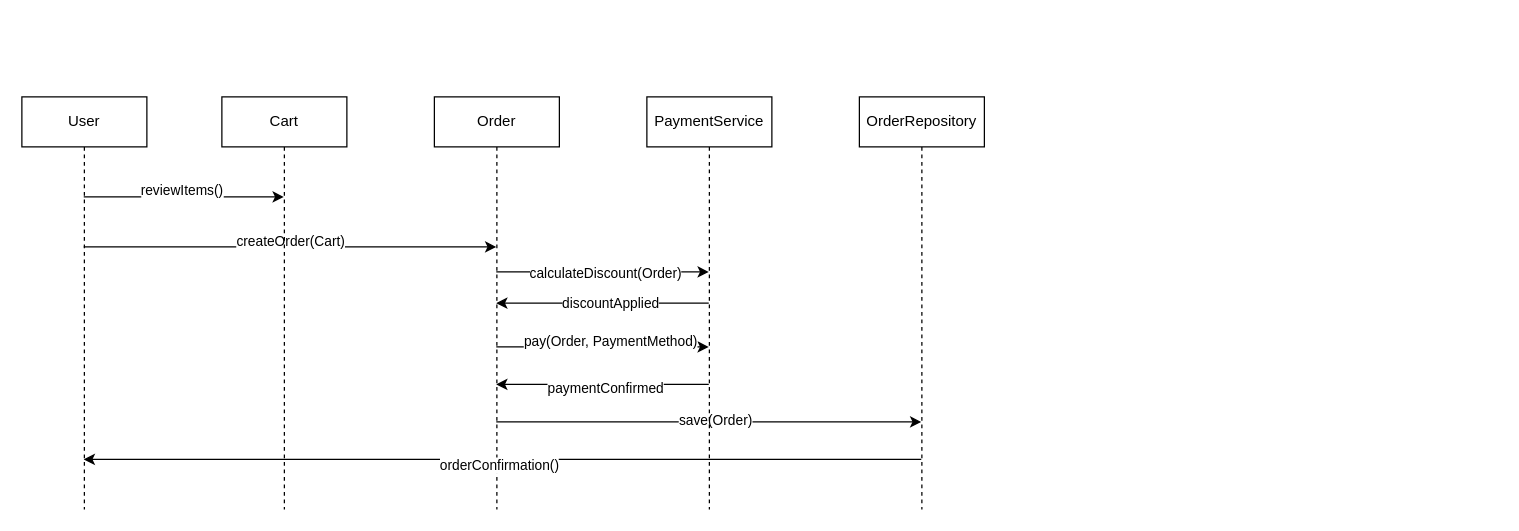
The draw.io diagram ownProjekt-Daphne/M4 - Daphne/Sequenzdiagramm.drawio in daphne-edutbz/M320_Daphne-McNamara_Lisa-Meergans, before the edit. Source tidied: cells renumbered, new cells numbered last; positions are measured from the earlier drawing's top-left corner, leaving out a move shared by most shapes. Both pictures are drawn from the tidied source at 125%, with x=0, y=0 at pixel (21, 96).
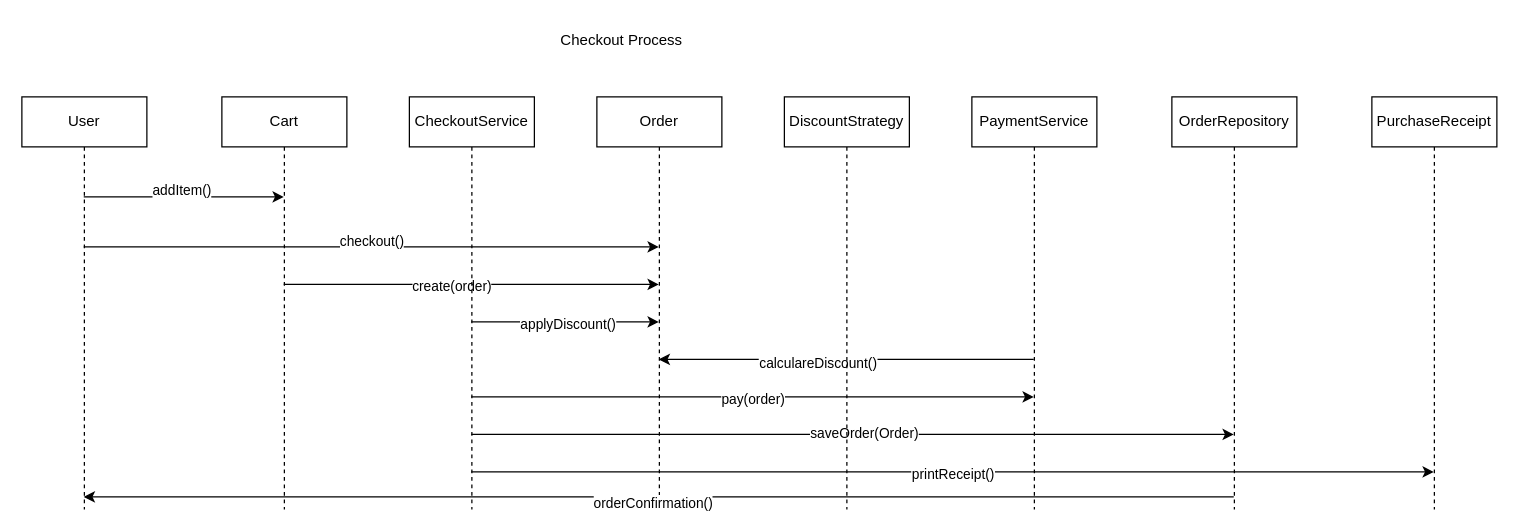
The same page after the edit.

Commit message:
update sequence diagram

The change refers to these unchanged cells:
```xml
<mxCell id="2" style="edgeStyle=orthogonalEdgeStyle;rounded=0;jettySize=auto;html=1;curved=0;" parent="1" edge="1" source="6" target="7">
  <mxGeometry relative="1" as="geometry">
    <Array as="points">
      <mxPoint x="130" y="80" />
      <mxPoint x="130" y="80" />
    </Array>
  </mxGeometry>
</mxCell>
<mxCell id="4" style="edgeStyle=orthogonalEdgeStyle;rounded=0;jettySize=auto;html=1;curved=0;" parent="1" edge="1" source="6" target="14">
  <mxGeometry relative="1" as="geometry">
    <Array as="points">
      <mxPoint x="220" y="120" />
      <mxPoint x="220" y="120" />
    </Array>
  </mxGeometry>
</mxCell>
<mxCell id="6" value="User" style="shape=umlLifeline;perimeter=lifelinePerimeter;whiteSpace=wrap;html=1;outlineConnect=0;portConstraint=eastwest;newEdgeStyle={&quot;curved&quot;:0,&quot;rounded&quot;:0};" parent="1" vertex="1">
  <mxGeometry width="100" height="330" as="geometry" />
</mxCell>
<mxCell id="7" value="Cart" style="shape=umlLifeline;perimeter=lifelinePerimeter;whiteSpace=wrap;html=1;outlineConnect=0;portConstraint=eastwest;newEdgeStyle={&quot;curved&quot;:0,&quot;rounded&quot;:0};" parent="1" vertex="1">
  <mxGeometry x="160" width="100" height="330" as="geometry" />
</mxCell>
```

Diff of the diagram source:
```diff
@@
-    <mxCell id="3" value="reviewItems()" style="edgeLabel;html=1;align=center;verticalAlign=middle;" parent="2" vertex="1">
+    <mxCell id="3" value="addItem()" style="edgeLabel;html=1;align=center;verticalAlign=middle;" parent="2" vertex="1">
       <mxGeometry x="-0.03" y="6" relative="1" as="geometry" />
     </mxCell>
@@
-    <mxCell id="5" value="createOrder(Cart)" style="edgeLabel;html=1;align=center;verticalAlign=middle;" parent="4" vertex="1">
+    <mxCell id="5" value="checkout()" style="edgeLabel;html=1;align=center;verticalAlign=middle;" parent="4" vertex="1">
       <mxGeometry y="5" relative="1" as="geometry" />
     </mxCell>
@@
+    <mxCell id="23" style="edgeStyle=orthogonalEdgeStyle;rounded=0;jettySize=auto;html=1;curved=0;" parent="1" edge="1" source="7" target="14">
+      <mxGeometry relative="1" as="geometry">
+        <Array as="points">
+          <mxPoint x="360" y="150" />
+          <mxPoint x="360" y="150" />
+        </Array>
+      </mxGeometry>
+    </mxCell>
+    <mxCell id="24" value="create(order)" style="edgeLabel;html=1;align=center;verticalAlign=middle;" parent="23" vertex="1">
+      <mxGeometry x="-0.11" y="-1" relative="1" as="geometry" />
+    </mxCell>
@@
-    <mxCell id="8" style="edgeStyle=orthogonalEdgeStyle;rounded=0;jettySize=auto;html=1;curved=0;" parent="1" edge="1" source="14" target="19">
-      <mxGeometry relative="1" as="geometry">
-        <Array as="points">
-          <mxPoint x="470" y="140" />
-          <mxPoint x="470" y="140" />
-        </Array>
-      </mxGeometry>
-    </mxCell>
-    <mxCell id="9" value="calculateDiscount(Order)" style="edgeLabel;html=1;align=center;verticalAlign=middle;" parent="8" vertex="1">
-      <mxGeometry x="0.02" relative="1" as="geometry" />
-    </mxCell>
-    <mxCell id="10" style="edgeStyle=orthogonalEdgeStyle;rounded=0;jettySize=auto;html=1;curved=0;" parent="1" edge="1" source="14" target="19">
-      <mxGeometry relative="1" as="geometry">
-        <Array as="points">
-          <mxPoint x="470" y="200" />
-          <mxPoint x="470" y="200" />
-        </Array>
-      </mxGeometry>
-    </mxCell>
-    <mxCell id="11" value="pay(Order, PaymentMethod)" style="edgeLabel;html=1;align=center;verticalAlign=middle;" parent="10" vertex="1">
-      <mxGeometry x="0.07" y="5" relative="1" as="geometry" />
-    </mxCell>
-    <mxCell id="12" style="edgeStyle=orthogonalEdgeStyle;rounded=0;jettySize=auto;html=1;curved=0;" parent="1" edge="1" source="14" target="22">
+    <mxCell id="12" style="edgeStyle=orthogonalEdgeStyle;rounded=0;jettySize=auto;html=1;curved=0;" parent="1" edge="1" source="33" target="22">
       <mxGeometry relative="1" as="geometry">
         <Array as="points">
-          <mxPoint x="550" y="260" />
-          <mxPoint x="550" y="260" />
+          <mxPoint x="680" y="270" />
+          <mxPoint x="680" y="270" />
         </Array>
       </mxGeometry>
     </mxCell>
-    <mxCell id="13" value="save(Order)" style="edgeLabel;html=1;align=center;verticalAlign=middle;" parent="12" vertex="1">
+    <mxCell id="13" value="saveOrder(Order)" style="edgeLabel;html=1;align=center;verticalAlign=middle;" parent="12" vertex="1">
       <mxGeometry x="0.03" y="2" relative="1" as="geometry" />
     </mxCell>
     <mxCell id="14" value="Order" style="shape=umlLifeline;perimeter=lifelinePerimeter;whiteSpace=wrap;html=1;outlineConnect=0;portConstraint=eastwest;newEdgeStyle={&quot;curved&quot;:0,&quot;rounded&quot;:0};" parent="1" vertex="1">
-      <mxGeometry x="330" width="100" height="330" as="geometry" />
+      <mxGeometry x="460" width="100" height="330" as="geometry" />
     </mxCell>
-    <mxCell id="15" style="edgeStyle=orthogonalEdgeStyle;rounded=0;jettySize=auto;html=1;curved=0;" parent="1" edge="1" source="19" target="14">
-      <mxGeometry relative="1" as="geometry">
-        <Array as="points">
-          <mxPoint x="470" y="165" />
-          <mxPoint x="470" y="165" />
-        </Array>
-      </mxGeometry>
-    </mxCell>
-    <mxCell id="16" value="discountApplied" style="edgeLabel;html=1;align=center;verticalAlign=middle;" parent="15" vertex="1">
-      <mxGeometry x="-0.07" y="-1" relative="1" as="geometry" />
-    </mxCell>
-    <mxCell id="17" style="edgeStyle=orthogonalEdgeStyle;rounded=0;jettySize=auto;html=1;curved=0;" parent="1" edge="1" source="19" target="14">
-      <mxGeometry relative="1" as="geometry">
-        <Array as="points">
-          <mxPoint x="470" y="230" />
-          <mxPoint x="470" y="230" />
-        </Array>
-      </mxGeometry>
-    </mxCell>
-    <mxCell id="18" value="paymentConfirmed" style="edgeLabel;html=1;align=center;verticalAlign=middle;" parent="17" vertex="1">
-      <mxGeometry x="-0.02" y="2" relative="1" as="geometry" />
-    </mxCell>
+    <mxCell id="25" style="edgeStyle=orthogonalEdgeStyle;rounded=0;jettySize=auto;html=1;curved=0;" parent="1" edge="1" source="19" target="14">
+      <mxGeometry relative="1" as="geometry">
+        <Array as="points">
+          <mxPoint x="660" y="210" />
+          <mxPoint x="660" y="210" />
+        </Array>
+      </mxGeometry>
+    </mxCell>
+    <mxCell id="26" value="calculareDiscount()" style="edgeLabel;html=1;align=center;verticalAlign=middle;" parent="25" vertex="1">
+      <mxGeometry x="0.15" y="2" relative="1" as="geometry" />
+    </mxCell>
     <mxCell id="19" value="PaymentService" style="shape=umlLifeline;perimeter=lifelinePerimeter;whiteSpace=wrap;html=1;outlineConnect=0;portConstraint=eastwest;newEdgeStyle={&quot;curved&quot;:0,&quot;rounded&quot;:0};" parent="1" vertex="1">
-      <mxGeometry x="500" width="100" height="330" as="geometry" />
+      <mxGeometry x="760" width="100" height="330" as="geometry" />
     </mxCell>
     <mxCell id="20" style="edgeStyle=orthogonalEdgeStyle;rounded=0;jettySize=auto;html=1;curved=0;" parent="1" edge="1" source="22" target="6">
       <mxGeometry relative="1" as="geometry">
         <Array as="points">
-          <mxPoint x="380" y="290" />
-          <mxPoint x="380" y="290" />
+          <mxPoint x="660" y="320" />
+          <mxPoint x="660" y="320" />
         </Array>
       </mxGeometry>
     </mxCell>
@@
     <mxCell id="22" value="OrderRepository" style="shape=umlLifeline;perimeter=lifelinePerimeter;whiteSpace=wrap;html=1;outlineConnect=0;portConstraint=eastwest;newEdgeStyle={&quot;curved&quot;:0,&quot;rounded&quot;:0};" parent="1" vertex="1">
-      <mxGeometry x="670" width="100" height="330" as="geometry" />
+      <mxGeometry x="920" width="100" height="330" as="geometry" />
     </mxCell>
+    <mxCell id="27" style="edgeStyle=orthogonalEdgeStyle;rounded=0;jettySize=auto;html=1;curved=0;" parent="1" edge="1" source="33" target="14">
+      <mxGeometry relative="1" as="geometry">
+        <Array as="points">
+          <mxPoint x="430" y="180" />
+          <mxPoint x="430" y="180" />
+        </Array>
+      </mxGeometry>
+    </mxCell>
+    <mxCell id="28" value="applyDiscount()" style="edgeLabel;html=1;align=center;verticalAlign=middle;" parent="27" vertex="1">
+      <mxGeometry x="0.03" y="-1" relative="1" as="geometry" />
+    </mxCell>
+    <mxCell id="29" style="edgeStyle=orthogonalEdgeStyle;rounded=0;jettySize=auto;html=1;curved=0;" parent="1" edge="1" source="33" target="19">
+      <mxGeometry relative="1" as="geometry">
+        <Array as="points">
+          <mxPoint x="590" y="240" />
+          <mxPoint x="590" y="240" />
+        </Array>
+      </mxGeometry>
+    </mxCell>
+    <mxCell id="30" value="pay(order)" style="edgeLabel;html=1;align=center;verticalAlign=middle;" parent="29" vertex="1">
+      <mxGeometry y="-1" relative="1" as="geometry" />
+    </mxCell>
+    <mxCell id="31" style="edgeStyle=orthogonalEdgeStyle;rounded=0;jettySize=auto;html=1;curved=0;" parent="1" edge="1" source="33" target="36">
+      <mxGeometry relative="1" as="geometry">
+        <Array as="points">
+          <mxPoint x="770" y="300" />
+          <mxPoint x="770" y="300" />
+        </Array>
+      </mxGeometry>
+    </mxCell>
+    <mxCell id="32" value="printReceipt()" style="edgeLabel;html=1;align=center;verticalAlign=middle;" parent="31" vertex="1">
+      <mxGeometry y="-1" relative="1" as="geometry" />
+    </mxCell>
+    <mxCell id="33" value="CheckoutService" style="shape=umlLifeline;perimeter=lifelinePerimeter;whiteSpace=wrap;html=1;outlineConnect=0;portConstraint=eastwest;newEdgeStyle={&quot;curved&quot;:0,&quot;rounded&quot;:0};" parent="1" vertex="1">
+      <mxGeometry x="310" width="100" height="330" as="geometry" />
+    </mxCell>
+    <mxCell id="34" value="Checkout Process" style="text;html=1;whiteSpace=wrap;strokeColor=none;fillColor=none;align=center;verticalAlign=middle;rounded=0;" parent="1" vertex="1">
+      <mxGeometry x="400" y="-60" width="160" height="30" as="geometry" />
+    </mxCell>
+    <mxCell id="35" value="DiscountStrategy" style="shape=umlLifeline;perimeter=lifelinePerimeter;whiteSpace=wrap;html=1;newEdgeStyle={&quot;curved&quot;:0,&quot;rounded&quot;:0};" parent="1" vertex="1">
+      <mxGeometry x="610" width="100" height="330" as="geometry" />
+    </mxCell>
+    <mxCell id="36" value="PurchaseReceipt" style="shape=umlLifeline;perimeter=lifelinePerimeter;whiteSpace=wrap;html=1;outlineConnect=0;portConstraint=eastwest;newEdgeStyle={&quot;curved&quot;:0,&quot;rounded&quot;:0};" parent="1" vertex="1">
+      <mxGeometry x="1080" width="100" height="330" as="geometry" />
+    </mxCell>
```
